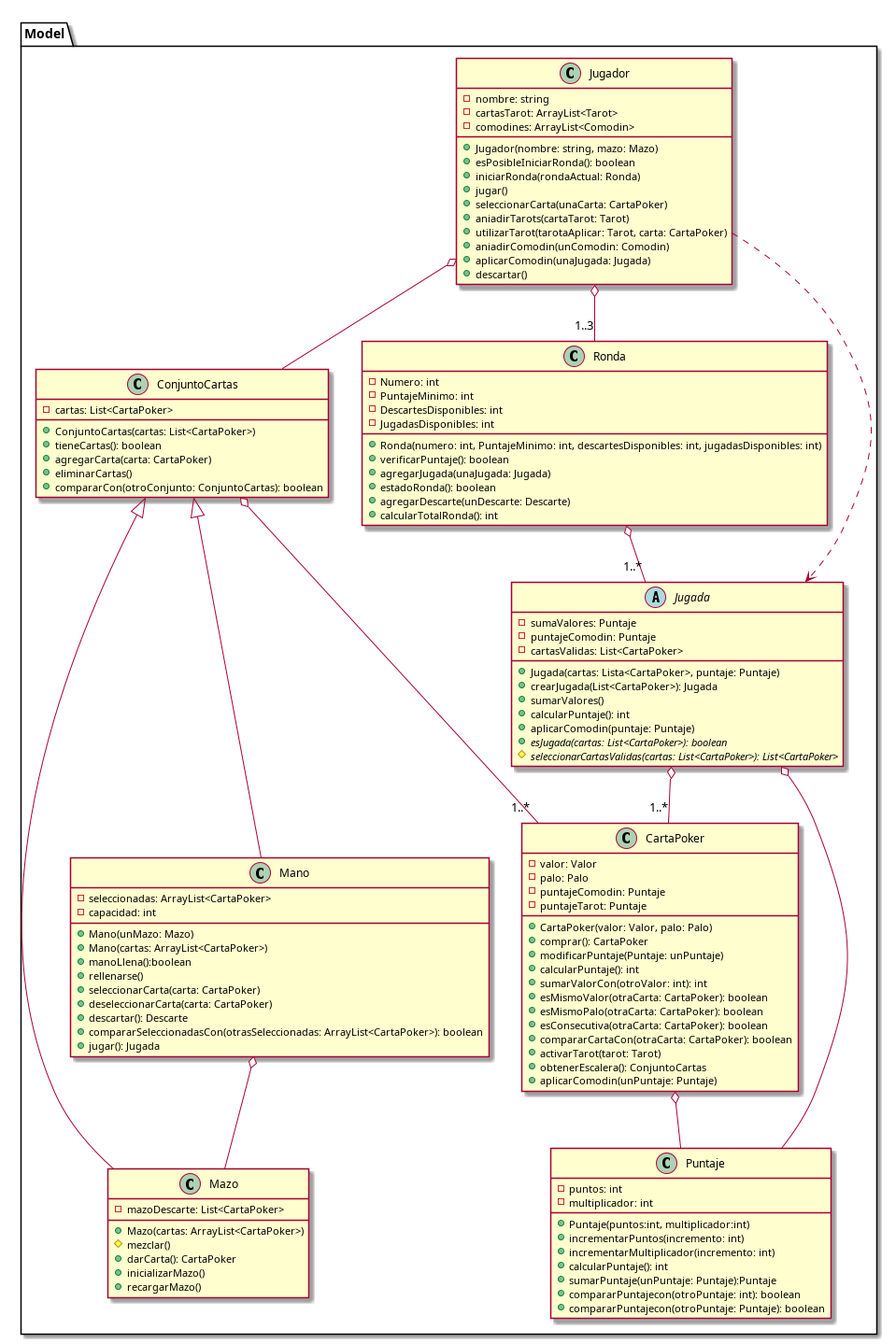
The PlantUML diagram diagrams/classes/clasesBalatro2.png in carruizdiaz1109/UBAlatro, before a commit. Its source is kept beside it as diagrams/classes/clasesBalatro2.puml.
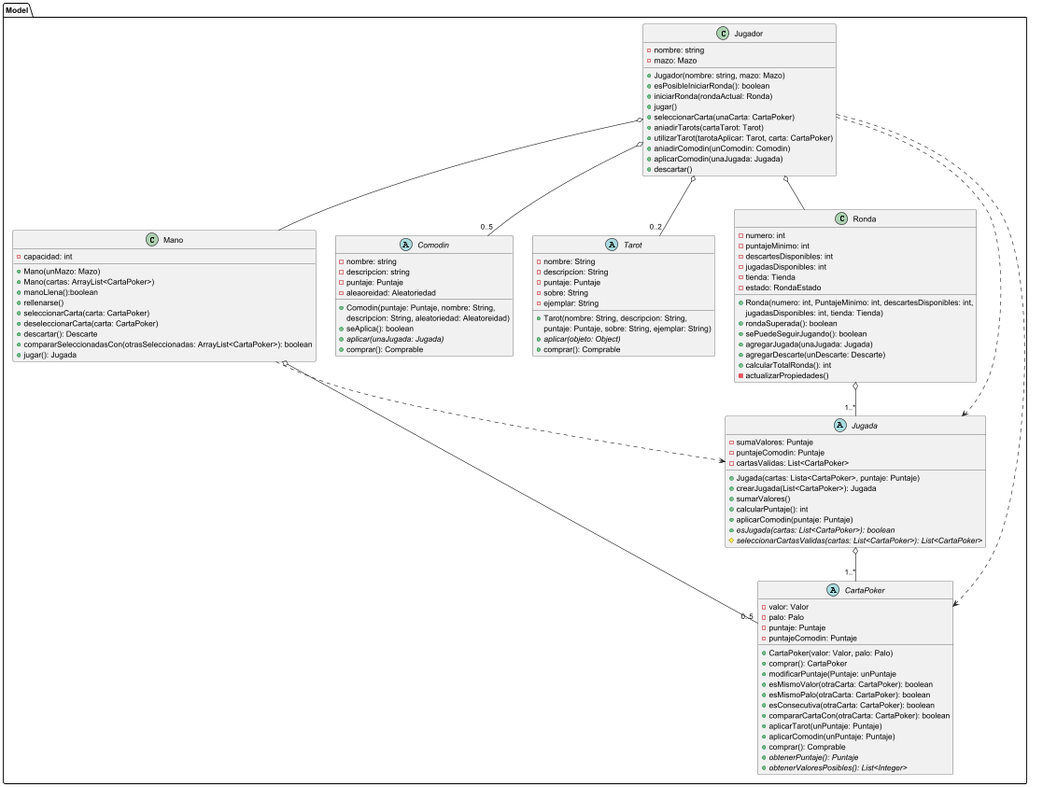
After the commit.

Commit message:
actualizo diagrama de clase 2

What changed in the source:
```diff
@@ -4,8 +4,7 @@
 
     class Jugador {
         - nombre: string
-        - cartasTarot: ArrayList<Tarot>
-        - comodines: ArrayList<Comodin>
+        - mazo: Mazo
 
         + Jugador(nombre: string, mazo: Mazo)
         + esPosibleIniciarRonda(): boolean
@@ -19,28 +18,7 @@
         + descartar()
     }
 
-    class ConjuntoCartas{
-        - cartas: List<CartaPoker>
-
-        + ConjuntoCartas(cartas: List<CartaPoker>)
-        + tieneCartas(): boolean
-        + agregarCarta(carta: CartaPoker)
-        + eliminarCartas()
-        + compararCon(otroConjunto: ConjuntoCartas): boolean
-    }
-
-    class Mazo {
-        - mazoDescarte: List<CartaPoker>
-
-        + Mazo(cartas: ArrayList<CartaPoker>)
-        # mezclar()
-        + darCarta(): CartaPoker
-        + inicializarMazo()
-        + recargarMazo()
-    }
-
     class Mano {
-        - seleccionadas: ArrayList<CartaPoker>
         - capacidad: int
 
         + Mano(unMazo: Mazo)
@@ -54,110 +32,100 @@
         + jugar(): Jugada
     }
 
-    class Puntaje {
-        - puntos: int
-        - multiplicador: int
+    abstract class Comodin{
+        - nombre: string
+        - descripcion: string
+        - puntaje: Puntaje
+        - aleaoreidad: Aleatoriedad
 
-        + Puntaje(puntos:int, multiplicador:int)
-        + incrementarPuntos(incremento: int)
-        + incrementarMultiplicador(incremento: int)
-        + calcularPuntaje(): int
-        + sumarPuntaje(unPuntaje: Puntaje):Puntaje
-        + compararPuntajecon(otroPuntaje: int): boolean
-        + compararPuntajecon(otroPuntaje: Puntaje): boolean
+        + Comodin(puntaje: Puntaje, nombre: String,
+        descripcion: String, aleatoriedad: Aleatoreidad)
+        + seAplica(): boolean
+        + {abstract}aplicar(unaJugada: Jugada)
+        + comprar(): Comprable
+    }
+
+    abstract class Tarot {
+        - nombre: String
+        - descripcion: String
+        - puntaje: Puntaje
+        - sobre: String
+        - ejemplar: String
+
+        + Tarot(nombre: String, descripcion: String,
+        puntaje: Puntaje, sobre: String, ejemplar: String)
+        + {abstract}aplicar(objeto: Object)
+        + comprar(): Comprable
+    }
+
+    class Ronda {
+            - numero: int
+            - puntajeMinimo: int
+            - descartesDisponibles: int
+            - jugadasDisponibles: int
+            - tienda: Tienda
+            - estado: RondaEstado
+
+            + Ronda(numero: int, PuntajeMinimo: int, descartesDisponibles: int,
+            jugadasDisponibles: int, tienda: Tienda)
+            + rondaSuperada(): boolean
+            + sePuedeSeguirJugando(): boolean
+            + agregarJugada(unaJugada: Jugada)
+            + agregarDescarte(unDescarte: Descarte)
+            + calcularTotalRonda(): int
+            - actualizarPropiedades()
+
+    }
+
+    abstract class Jugada {
+            - sumaValores: Puntaje
+            - puntajeComodin: Puntaje
+            - cartasValidas: List<CartaPoker>
+
+            + Jugada(cartas: Lista<CartaPoker>, puntaje: Puntaje)
+            + crearJugada(List<CartaPoker>): Jugada
+            + sumarValores()
+            + calcularPuntaje(): int
+            + aplicarComodin(puntaje: Puntaje)
+            + {abstract}esJugada(cartas: List<CartaPoker>): boolean
+            # {abstract}seleccionarCartasValidas(cartas: List<CartaPoker>): List<CartaPoker>
     }
 
     abstract class CartaPoker {
-        - valor: Valor
-        - palo: Palo
-        - puntaje: Puntaje
-        - puntajeComodin: Puntaje
-        - puntajeTarot: Puntaje
+       - valor: Valor
+       - palo: Palo
+       - puntaje: Puntaje
+       - puntajeComodin: Puntaje
 
-        + CartaPoker(valor: Valor, palo: Palo)
-        + comprar(): CartaPoker
-        + modificarPuntaje(Puntaje: unPuntaje)
-        + calcularPuntaje(): int
-        + sumarValorCon(otroValor: int): int
-        + esMismoValor(otraCarta: CartaPoker): boolean
-        + esMismoPalo(otraCarta: CartaPoker): boolean
-        + esConsecutiva(otraCarta: CartaPoker): boolean
-        + compararCartaCon(otraCarta: CartaPoker): boolean
-        + activarTarot(tarot: Tarot)
-        + aplicarComodin(unPuntaje: Puntaje)
-        + {abstract}obtenerPuntaje(): Puntaje
-        + {abstract}obtenerValoresPosibles(): List<Integer>
+
+       + CartaPoker(valor: Valor, palo: Palo)
+       + comprar(): CartaPoker
+       + modificarPuntaje(Puntaje: unPuntaje
+       + esMismoValor(otraCarta: CartaPoker): boolean
+       + esMismoPalo(otraCarta: CartaPoker): boolean
+       + esConsecutiva(otraCarta: CartaPoker): boolean
+       + compararCartaCon(otraCarta: CartaPoker): boolean
+       + aplicarTarot(unPuntaje: Puntaje)
+       + aplicarComodin(unPuntaje: Puntaje)
+       + comprar(): Comprable
+       + {abstract}obtenerPuntaje(): Puntaje
+       + {abstract}obtenerValoresPosibles(): List<Integer>
     }
 
-    class CartaFactory {
-        + crearCarta(valor: Valor, palo: Palo): CartaPoker
-    }
+    Jugador o-- Ronda
+    Jugador o-- Mano
+    Jugador ..> CartaPoker
+    Jugador ..> Jugada
+    Jugador o-- "0..2" Tarot
+    Jugador o-- "0..5" Comodin
 
-    class Numero {
-        + obtenerPuntaje(): Puntaje
-        + obtenerValoresPosibles(): List<Integer>
-    }
+    Ronda o-- "1..*" Jugada
 
-    class Figura {
-        + obtenerPuntaje(): Puntaje
-        + obtenerValoresPosibles(): List<Integer>
-    }
+    Mano o-- "0..5" CartaPoker
+    Mano ..> Jugada
 
-    class As {
-        + obtenerPuntaje(): Puntaje
-        + obtenerValoresPosibles(): List<Integer>
-    }
-
-    class Ronda {
-        - Numero: int
-        - PuntajeMinimo: int
-        - DescartesDisponibles: int
-        - JugadasDisponibles: int
-
-        + Ronda(numero: int, PuntajeMinimo: int, descartesDisponibles: int, jugadasDisponibles: int)
-        + verificarPuntaje(): boolean
-        + agregarJugada(unaJugada: Jugada)
-        + estadoRonda(): boolean
-        + agregarDescarte(unDescarte: Descarte)
-        + calcularTotalRonda(): int
-    }
-
-    abstract class Jugada {
-        - sumaValores: Puntaje
-        - puntajeComodin: Puntaje
-        - cartasValidas: List<CartaPoker>
-
-        + Jugada(cartas: Lista<CartaPoker>, puntaje: Puntaje)
-        + crearJugada(List<CartaPoker>): Jugada
-        + sumarValores()
-        + calcularPuntaje(): int
-        + aplicarComodin(puntaje: Puntaje)
-        + {abstract}esJugada(cartas: List<CartaPoker>): boolean
-        # {abstract}seleccionarCartasValidas(cartas: List<CartaPoker>): List<CartaPoker>
-    }
-
-    Jugador o-- "1..3" Ronda
-    Jugador o-- ConjuntoCartas
-    Jugador ..> Jugada
-
-    Mano -up--|> ConjuntoCartas
-    Mazo -up--|> ConjuntoCartas
-
-    ConjuntoCartas o-- "1..*" CartaPoker
-    Mano o-- Mazo
 
     Jugada o-- "1..*" CartaPoker
 
-    CartaFactory -left-> CartaPoker
-    CartaPoker o-- Puntaje
-    Numero -up-|> CartaPoker
-    Figura -up-|> CartaPoker
-    As -up-|> CartaPoker
-
-    Ronda o-- "1..*" Jugada
-
-    Jugada o-- Puntaje
-
-
 }
 @enduml
```
